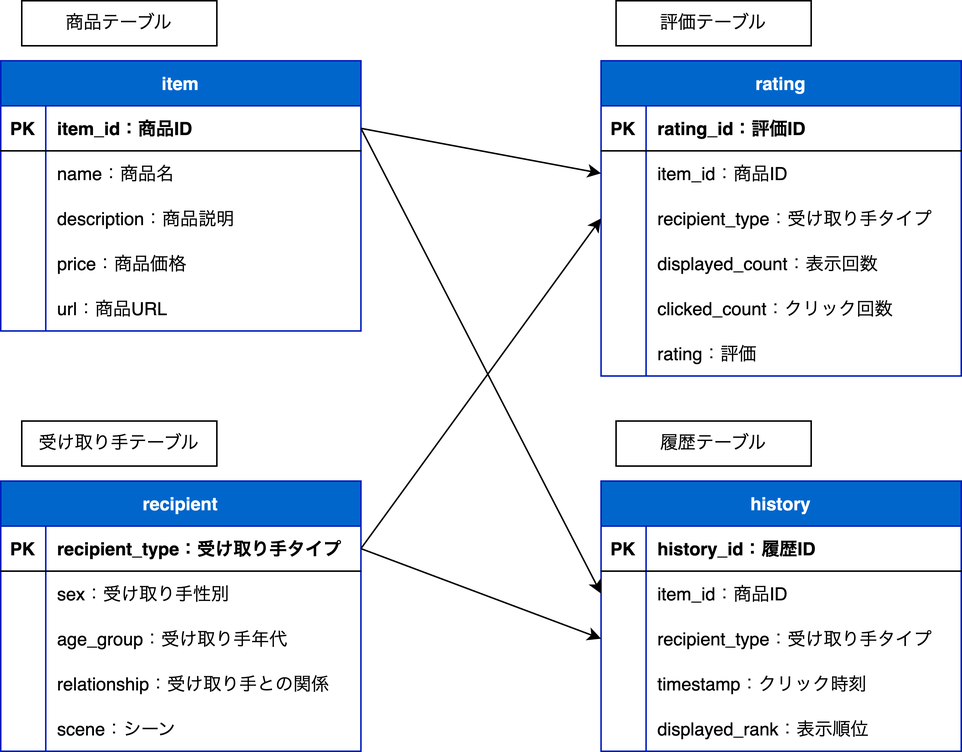
Waka07/AiSAP keeps this draw.io diagram as drawio/er.drawio.png. Above is the earlier version. Source tidied: cells renumbered, new cells last; positions are measured from the earlier drawing's top-left corner, leaving out a move shared by most shapes.
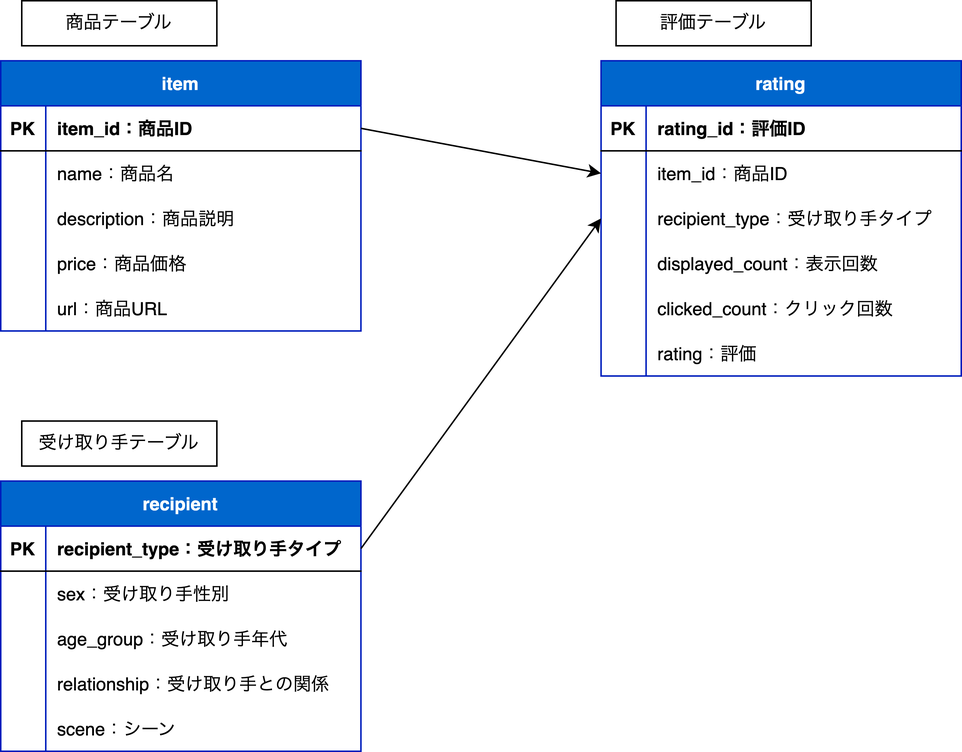
Later version of the same file.

Diff of the diagram source:
```diff
@@ -161,69 +161,12 @@
     <mxCell id="54" style="edgeStyle=none;html=1;entryX=0;entryY=0.5;entryDx=0;entryDy=0;exitX=1;exitY=0.5;exitDx=0;exitDy=0;" parent="1" edge="1" source="38" target="25">
       <mxGeometry relative="1" as="geometry" />
     </mxCell>
-    <mxCell id="55" value="history" style="shape=table;startSize=30;rowLines=0;fontStyle=1;align=center;fillColor=#0066CC;strokeColor=#001DBC;fontColor=#ffffff;" parent="1" vertex="1">
-      <mxGeometry x="400" y="320" width="240" height="180" as="geometry" />
-    </mxCell>
-    <mxCell id="56" style="shape=tableRow;horizontal=0;startSize=0;swimlaneHead=0;swimlaneBody=0;fillColor=none;top=0;left=0;right=0;bottom=1;" parent="55" vertex="1">
-      <mxGeometry y="30" width="240" height="30" as="geometry" />
-    </mxCell>
-    <mxCell id="57" value="PK" style="shape=partialRectangle;fillColor=none;top=0;left=0;bottom=0;right=0;fontStyle=1;overflow=hidden;" parent="56" vertex="1">
-      <mxGeometry width="30" height="30" as="geometry" />
-    </mxCell>
-    <mxCell id="58" value="history_id：履歴ID" style="shape=partialRectangle;fillColor=none;top=0;left=0;bottom=0;right=0;align=left;spacingLeft=6;fontStyle=1;overflow=hidden;" parent="56" vertex="1">
-      <mxGeometry x="30" width="210" height="30" as="geometry" />
-    </mxCell>
-    <mxCell id="59" style="shape=tableRow;horizontal=0;startSize=0;swimlaneHead=0;swimlaneBody=0;fillColor=none;points=[[0,0.5],[1,0.5]];portConstraint=eastwest;top=0;left=0;right=0;bottom=0;" parent="55" vertex="1">
-      <mxGeometry y="60" width="240" height="30" as="geometry" />
-    </mxCell>
-    <mxCell id="60" style="shape=partialRectangle;fillColor=none;top=0;left=0;bottom=0;right=0;overflow=hidden;" parent="59" vertex="1">
-      <mxGeometry width="30" height="30" as="geometry" />
-    </mxCell>
-    <mxCell id="61" value="item_id：商品ID" style="shape=partialRectangle;fillColor=none;top=0;left=0;bottom=0;right=0;align=left;spacingLeft=6;overflow=hidden;" parent="59" vertex="1">
-      <mxGeometry x="30" width="210" height="30" as="geometry" />
-    </mxCell>
-    <mxCell id="62" style="shape=tableRow;horizontal=0;startSize=0;swimlaneHead=0;swimlaneBody=0;fillColor=none;points=[[0,0.5],[1,0.5]];portConstraint=eastwest;top=0;left=0;right=0;bottom=0;" parent="55" vertex="1">
-      <mxGeometry y="90" width="240" height="30" as="geometry" />
-    </mxCell>
-    <mxCell id="63" style="shape=partialRectangle;fillColor=none;top=0;left=0;bottom=0;right=0;overflow=hidden;" parent="62" vertex="1">
-      <mxGeometry width="30" height="30" as="geometry" />
-    </mxCell>
-    <mxCell id="64" value="recipient_type：受け取り手タイプ" style="shape=partialRectangle;fillColor=none;top=0;left=0;bottom=0;right=0;align=left;spacingLeft=6;overflow=hidden;" parent="62" vertex="1">
-      <mxGeometry x="30" width="210" height="30" as="geometry" />
-    </mxCell>
-    <mxCell id="65" style="shape=tableRow;horizontal=0;startSize=0;swimlaneHead=0;swimlaneBody=0;fillColor=none;top=0;left=0;right=0;bottom=0;" parent="55" vertex="1">
-      <mxGeometry y="120" width="240" height="30" as="geometry" />
-    </mxCell>
-    <mxCell id="66" style="shape=partialRectangle;fillColor=none;top=0;left=0;bottom=0;right=0;overflow=hidden;" parent="65" vertex="1">
-      <mxGeometry width="30" height="30" as="geometry" />
-    </mxCell>
-    <mxCell id="67" value="timestamp：クリック時刻" style="shape=partialRectangle;fillColor=none;top=0;left=0;bottom=0;right=0;align=left;spacingLeft=6;overflow=hidden;" parent="65" vertex="1">
-      <mxGeometry x="30" width="210" height="30" as="geometry" />
-    </mxCell>
-    <mxCell id="68" style="shape=tableRow;horizontal=0;startSize=0;swimlaneHead=0;swimlaneBody=0;fillColor=none;top=0;left=0;right=0;bottom=0;" parent="55" vertex="1">
-      <mxGeometry y="150" width="240" height="30" as="geometry" />
-    </mxCell>
-    <mxCell id="69" style="shape=partialRectangle;fillColor=none;top=0;left=0;bottom=0;right=0;overflow=hidden;" parent="68" vertex="1">
-      <mxGeometry width="30" height="30" as="geometry" />
-    </mxCell>
-    <mxCell id="70" value="displayed_rank：表示順位" style="shape=partialRectangle;fillColor=none;top=0;left=0;bottom=0;right=0;align=left;spacingLeft=6;overflow=hidden;" parent="68" vertex="1">
-      <mxGeometry x="30" width="210" height="30" as="geometry" />
-    </mxCell>
-    <mxCell id="71" style="edgeStyle=none;html=1;entryX=0;entryY=0.5;entryDx=0;entryDy=0;exitX=1;exitY=0.5;exitDx=0;exitDy=0;" parent="1" edge="1" source="38" target="62">
-      <mxGeometry relative="1" as="geometry" />
-    </mxCell>
-    <mxCell id="72" style="edgeStyle=none;html=1;exitX=1;exitY=0.5;exitDx=0;exitDy=0;entryX=0;entryY=0.5;entryDx=0;entryDy=0;" parent="1" edge="1" source="3" target="59">
-      <mxGeometry relative="1" as="geometry" />
-    </mxCell>
     <mxCell id="73" value="商品テーブル" style="rounded=0;whiteSpace=wrap;html=1;" parent="1" vertex="1">
       <mxGeometry x="14" width="130" height="30" as="geometry" />
     </mxCell>
     <mxCell id="74" value="評価テーブル" style="rounded=0;whiteSpace=wrap;html=1;" parent="1" vertex="1">
       <mxGeometry x="410" width="130" height="30" as="geometry" />
     </mxCell>
-    <mxCell id="75" value="履歴テーブル" style="rounded=0;whiteSpace=wrap;html=1;" parent="1" vertex="1">
-      <mxGeometry x="410" y="280" width="130" height="30" as="geometry" />
-    </mxCell>
     <mxCell id="76" value="受け取り手テーブル" style="rounded=0;whiteSpace=wrap;html=1;" parent="1" vertex="1">
       <mxGeometry x="14" y="280" width="130" height="30" as="geometry" />
     </mxCell>
```
